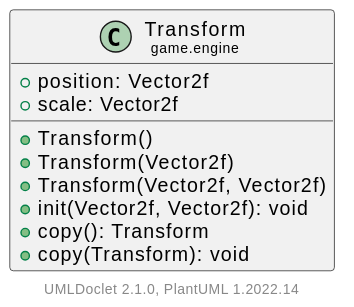
Above: doc/javadoc/game/engine/Transform.svg in Hirschiii/JavaGameEngine (PlantUML), before the change.
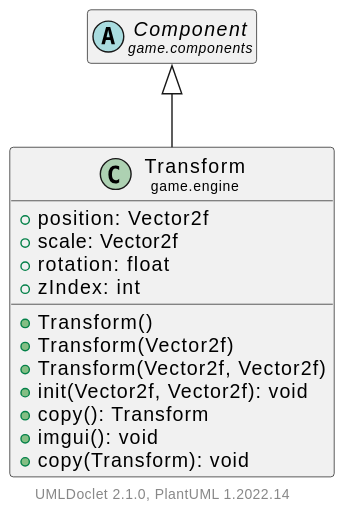
Later version of the same file.

Change to the diagram source:
```diff
@@ -6,13 +6,20 @@
     class "<size:14>Transform\n<size:10>game.engine" as game.engine.Transform [[Transform.html]] {
         +position: Vector2f
         +scale: Vector2f
+        +rotation: float
+        +zIndex: int
         +Transform()
         +Transform(Vector2f)
         +Transform(Vector2f, Vector2f)
         +init(Vector2f, Vector2f): void
         +copy(): Transform
+        +imgui(): void
         +copy(Transform): void
     }
 
+    abstract class "<size:14>Component\n<size:10>game.components" as game.components.Component [[../components/Component.html]]
+
+    game.components.Component <|-- game.engine.Transform
+
     center footer UMLDoclet 2.1.0, PlantUML %version()
 @enduml
```
